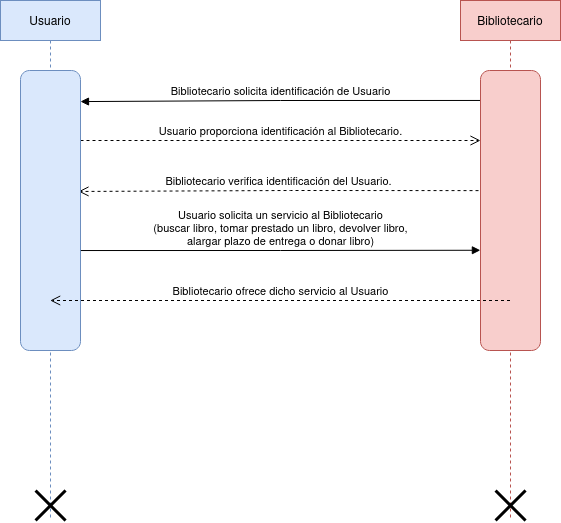
This is Diagramas/Casos de uso biblioteca/DS Biblioteca.drawio.png from RafaelMayor/ETS, a draw.io export, as it was before one commit. Source tidied: cells renumbered, new cells last; positions are measured from the earlier drawing's top-left corner, leaving out a move shared by most shapes.
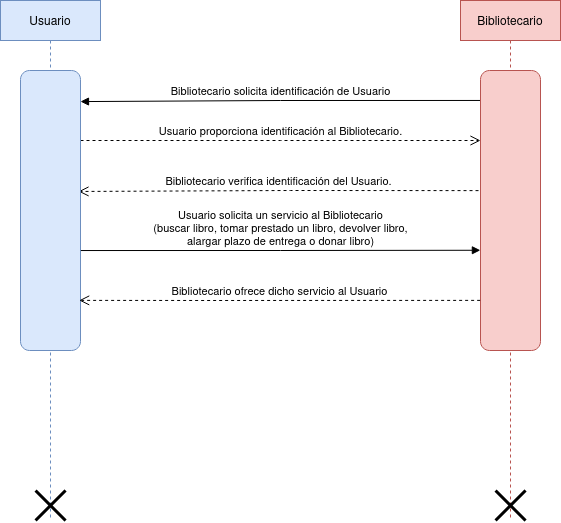
After the commit.

Change to the diagram source:
```diff
@@ -48,7 +48,7 @@
     <mxCell id="11" style="shape=umlDestroy;whiteSpace=wrap;html=1;strokeWidth=3;targetShapes=umlLifeline;" parent="1" vertex="1">
       <mxGeometry x="585" y="490" width="30" height="30" as="geometry" />
     </mxCell>
-    <mxCell id="12" value="Bibliotecario ofrece dicho servicio al Usuario" style="html=1;verticalAlign=bottom;endArrow=open;dashed=1;endSize=8;curved=0;rounded=0;" parent="1" edge="1" source="4" target="2">
+    <mxCell id="12" value="Bibliotecario ofrece dicho servicio al Usuario" style="html=1;verticalAlign=bottom;endArrow=open;dashed=1;endSize=8;curved=0;rounded=0;exitX=0.821;exitY=1.006;exitDx=0;exitDy=0;exitPerimeter=0;entryX=0.821;entryY=0.022;entryDx=0;entryDy=0;entryPerimeter=0;" parent="1" edge="1" source="9" target="8">
       <mxGeometry relative="1" as="geometry">
         <Array as="points">
           <mxPoint x="300" y="300" />
```
